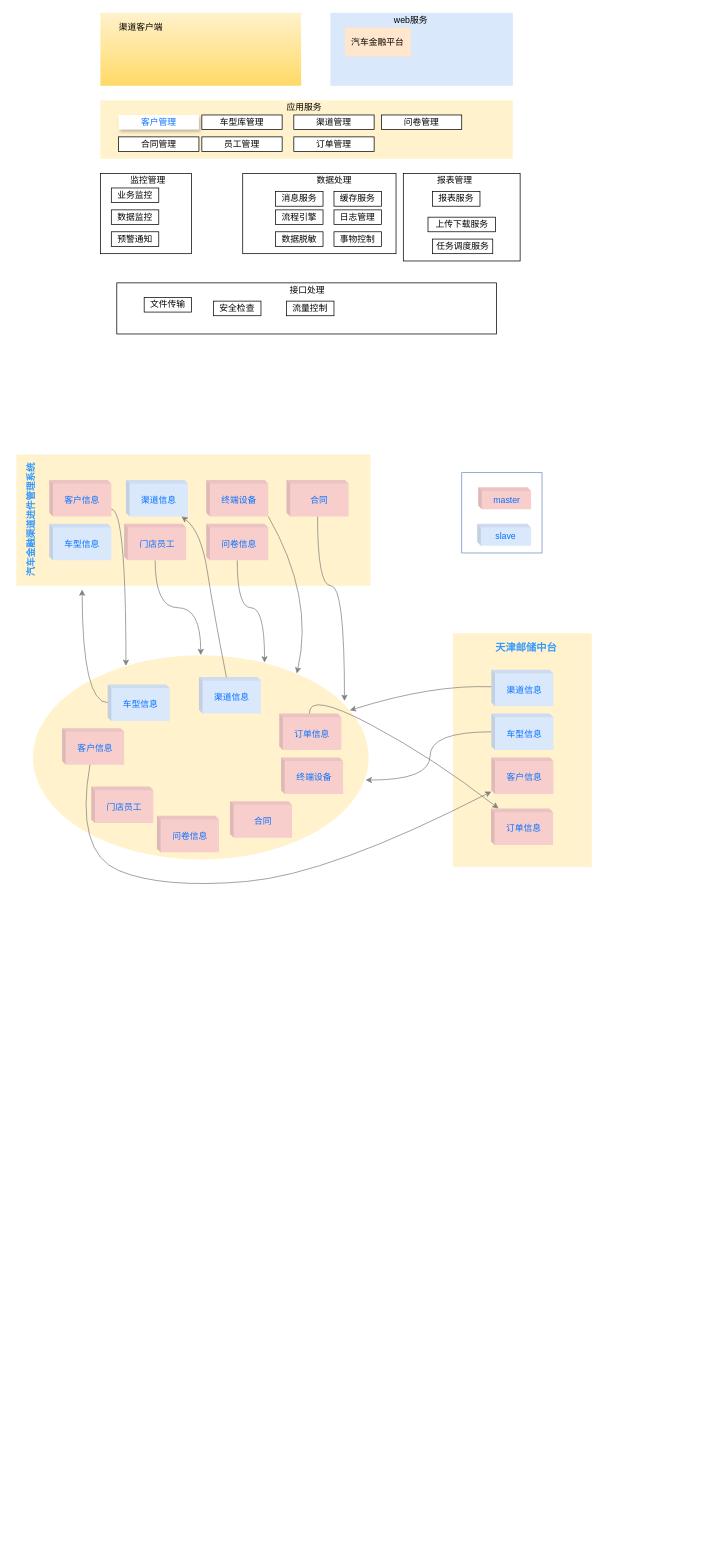
This is Untitled Diagram3333333.drawio from gxhslcww/scala, a draw.io file, before an edit. Source tidied: cells renumbered, new cells numbered last; positions are measured from the earlier drawing's top-left corner, leaving out a move shared by most shapes. Both pictures are drawn from the tidied source at 73%, with x=0, y=0 at pixel (12, 12).
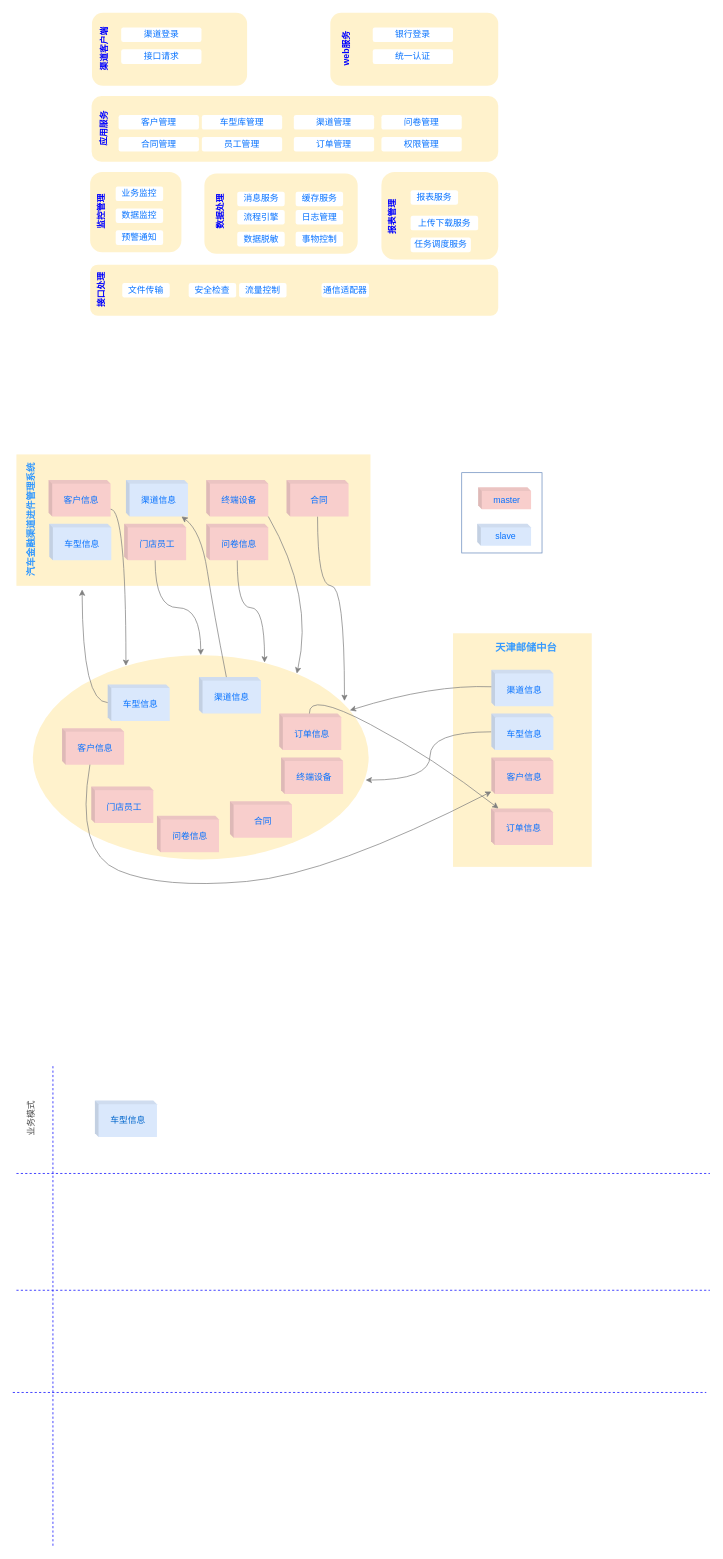
The same page after the edit.

Change to the diagram source:
```diff
@@
-    <mxCell id="2" style="rounded=0;whiteSpace=wrap;html=1;fillColor=#fff2cc;strokeColor=none;gradientColor=#ffd966;" parent="1" vertex="1">
-      <mxGeometry x="120" width="275" height="100" as="geometry" />
+    <mxCell id="2" style="rounded=1;whiteSpace=wrap;html=1;fillColor=#fff2cc;strokeColor=none;" parent="1" vertex="1">
+      <mxGeometry x="108.5" width="212.5" height="100" as="geometry" />
     </mxCell>
-    <mxCell id="3" style="rounded=0;whiteSpace=wrap;html=1;fillColor=#dae8fc;strokeColor=none;" parent="1" vertex="1">
-      <mxGeometry x="435" width="250" height="100" as="geometry" />
+    <mxCell id="3" style="rounded=1;whiteSpace=wrap;html=1;fillColor=#fff2cc;strokeColor=none;" parent="1" vertex="1">
+      <mxGeometry x="435" width="230" height="100" as="geometry" />
     </mxCell>
-    <mxCell id="4" style="rounded=0;whiteSpace=wrap;html=1;fillColor=#fff2cc;strokeColor=none;" parent="1" vertex="1">
-      <mxGeometry x="120" y="120" width="565" height="80" as="geometry" />
+    <mxCell id="4" style="rounded=1;whiteSpace=wrap;html=1;fillColor=#fff2cc;strokeColor=none;shadow=0;glass=0;sketch=0;" parent="1" vertex="1">
+      <mxGeometry x="108" y="114" width="557" height="90" as="geometry" />
     </mxCell>
-    <mxCell id="5" style="rounded=0;whiteSpace=wrap;html=1;" parent="1" vertex="1">
-      <mxGeometry x="120" y="220" width="125" height="110" as="geometry" />
+    <mxCell id="5" style="rounded=1;whiteSpace=wrap;html=1;strokeColor=none;fillColor=#fff2cc;" parent="1" vertex="1">
+      <mxGeometry x="106" y="218" width="125" height="110" as="geometry" />
     </mxCell>
-    <mxCell id="6" style="rounded=0;whiteSpace=wrap;html=1;" parent="1" vertex="1">
-      <mxGeometry x="315" y="220" width="210" height="110" as="geometry" />
+    <mxCell id="6" style="rounded=1;whiteSpace=wrap;html=1;strokeColor=none;fillColor=#fff2cc;" parent="1" vertex="1">
+      <mxGeometry x="262.5" y="220" width="210" height="110" as="geometry" />
     </mxCell>
-    <mxCell id="7" style="rounded=0;whiteSpace=wrap;html=1;" parent="1" vertex="1">
-      <mxGeometry x="535" y="220" width="160" height="120" as="geometry" />
+    <mxCell id="7" style="rounded=1;whiteSpace=wrap;html=1;strokeColor=none;fillColor=#fff2cc;" parent="1" vertex="1">
+      <mxGeometry x="505" y="218" width="160" height="120" as="geometry" />
     </mxCell>
-    <mxCell id="8" style="rounded=0;whiteSpace=wrap;html=1;" parent="1" vertex="1">
-      <mxGeometry x="142.5" y="370" width="520" height="70" as="geometry" />
+    <mxCell id="8" style="rounded=1;whiteSpace=wrap;html=1;strokeColor=none;fillColor=#fff2cc;" parent="1" vertex="1">
+      <mxGeometry x="106" y="345" width="559" height="70" as="geometry" />
     </mxCell>
-    <mxCell id="9" value="&lt;span&gt;渠道客户端&lt;/span&gt;" style="text;html=1;align=center;verticalAlign=middle;strokeColor=none;fillColor=none;" parent="1" vertex="1">
-      <mxGeometry x="135" y="10" width="80" height="20" as="geometry" />
+    <mxCell id="9" value="&lt;span&gt;&lt;font color=&quot;#0000ff&quot;&gt;&lt;b&gt;渠道客户端&lt;/b&gt;&lt;/font&gt;&lt;/span&gt;" style="text;html=1;align=center;verticalAlign=middle;strokeColor=none;fillColor=none;rotation=-90;" parent="1" vertex="1">
+      <mxGeometry x="85" y="40" width="80" height="20" as="geometry" />
     </mxCell>
-    <mxCell id="10" value="web服务" style="text;html=1;align=center;verticalAlign=middle;strokeColor=none;fillColor=none;" parent="1" vertex="1">
-      <mxGeometry x="515" width="60" height="20" as="geometry" />
+    <mxCell id="10" value="&lt;font color=&quot;#0000ff&quot;&gt;&lt;b&gt;web服务&lt;/b&gt;&lt;/font&gt;" style="text;html=1;align=center;verticalAlign=middle;strokeColor=none;fillColor=none;rotation=-90;" parent="1" vertex="1">
+      <mxGeometry x="427.5" y="40" width="60" height="20" as="geometry" />
     </mxCell>
-    <mxCell id="11" value="&lt;font color=&quot;#0571ff&quot;&gt;客户管理&lt;/font&gt;" style="rounded=0;whiteSpace=wrap;html=1;strokeColor=none;shadow=1;" parent="1" vertex="1">
+    <mxCell id="11" value="&lt;font color=&quot;#0571ff&quot;&gt;客户管理&lt;/font&gt;" style="rounded=1;whiteSpace=wrap;html=1;strokeColor=none;shadow=0;" parent="1" vertex="1">
       <mxGeometry x="145" y="140" width="110" height="20" as="geometry" />
     </mxCell>
-    <mxCell id="12" value="&lt;span&gt;应用服务&lt;/span&gt;" style="text;html=1;align=center;verticalAlign=middle;strokeColor=none;fillColor=none;" parent="1" vertex="1">
-      <mxGeometry x="369" y="120" width="60" height="20" as="geometry" />
+    <mxCell id="12" value="&lt;span&gt;&lt;b&gt;&lt;font color=&quot;#0000ff&quot;&gt;应用服务&lt;/font&gt;&lt;/b&gt;&lt;/span&gt;" style="text;html=1;align=center;verticalAlign=middle;strokeColor=none;fillColor=none;rotation=-89;" parent="1" vertex="1">
+      <mxGeometry x="95" y="149" width="60" height="20" as="geometry" />
     </mxCell>
-    <mxCell id="13" value="车型库管理" style="rounded=0;whiteSpace=wrap;html=1;" parent="1" vertex="1">
+    <mxCell id="13" value="&lt;font color=&quot;#0571ff&quot;&gt;车型库管理&lt;/font&gt;" style="rounded=1;whiteSpace=wrap;html=1;shadow=0;strokeColor=none;" parent="1" vertex="1">
       <mxGeometry x="259" y="140" width="110" height="20" as="geometry" />
     </mxCell>
-    <mxCell id="14" value="渠道管理" style="rounded=0;whiteSpace=wrap;html=1;" parent="1" vertex="1">
+    <mxCell id="14" value="&lt;font color=&quot;#0571ff&quot;&gt;渠道管理&lt;/font&gt;" style="rounded=1;whiteSpace=wrap;html=1;shadow=0;strokeColor=none;" parent="1" vertex="1">
       <mxGeometry x="385" y="140" width="110" height="20" as="geometry" />
     </mxCell>
-    <mxCell id="15" value="问卷管理" style="rounded=0;whiteSpace=wrap;html=1;" parent="1" vertex="1">
+    <mxCell id="15" value="&lt;font color=&quot;#0571ff&quot;&gt;问卷管理&lt;/font&gt;" style="rounded=1;whiteSpace=wrap;html=1;shadow=0;strokeColor=none;" parent="1" vertex="1">
       <mxGeometry x="505" y="140" width="110" height="20" as="geometry" />
     </mxCell>
-    <mxCell id="16" value="合同管理" style="rounded=0;whiteSpace=wrap;html=1;" parent="1" vertex="1">
+    <mxCell id="16" value="&lt;font color=&quot;#0571ff&quot;&gt;合同管理&lt;/font&gt;" style="rounded=1;whiteSpace=wrap;html=1;shadow=0;strokeColor=none;" parent="1" vertex="1">
       <mxGeometry x="145" y="170" width="110" height="20" as="geometry" />
     </mxCell>
-    <mxCell id="17" value="员工管理" style="rounded=0;whiteSpace=wrap;html=1;" parent="1" vertex="1">
+    <mxCell id="17" value="&lt;font color=&quot;#0571ff&quot;&gt;员工管理&lt;/font&gt;" style="rounded=1;whiteSpace=wrap;html=1;shadow=0;strokeColor=none;" parent="1" vertex="1">
       <mxGeometry x="259" y="170" width="110" height="20" as="geometry" />
     </mxCell>
-    <mxCell id="18" value="订单管理" style="rounded=0;whiteSpace=wrap;html=1;" parent="1" vertex="1">
+    <mxCell id="18" value="&lt;font color=&quot;#0571ff&quot;&gt;订单管理&lt;/font&gt;" style="rounded=1;whiteSpace=wrap;html=1;shadow=0;strokeColor=none;" parent="1" vertex="1">
       <mxGeometry x="385" y="170" width="110" height="20" as="geometry" />
     </mxCell>
-    <mxCell id="19" value="&lt;span&gt;数据处理&lt;/span&gt;" style="text;html=1;align=center;verticalAlign=middle;strokeColor=none;fillColor=none;" parent="1" vertex="1">
-      <mxGeometry x="410" y="220" width="60" height="20" as="geometry" />
+    <mxCell id="19" value="&lt;span&gt;&lt;font color=&quot;#0000ff&quot;&gt;&lt;b&gt;数据处理&lt;/b&gt;&lt;/font&gt;&lt;/span&gt;" style="text;html=1;align=center;verticalAlign=middle;strokeColor=none;fillColor=none;rotation=-90;" parent="1" vertex="1">
+      <mxGeometry x="255" y="263" width="60" height="20" as="geometry" />
     </mxCell>
-    <mxCell id="20" value="消息服务" style="rounded=0;whiteSpace=wrap;html=1;" parent="1" vertex="1">
-      <mxGeometry x="360" y="245" width="65" height="20" as="geometry" />
+    <mxCell id="20" value="&lt;font color=&quot;#0571ff&quot;&gt;消息服务&lt;/font&gt;" style="rounded=1;whiteSpace=wrap;html=1;shadow=0;strokeColor=none;" parent="1" vertex="1">
+      <mxGeometry x="307.5" y="245" width="65" height="20" as="geometry" />
     </mxCell>
-    <mxCell id="21" value="缓存服务" style="rounded=0;whiteSpace=wrap;html=1;" parent="1" vertex="1">
-      <mxGeometry x="440" y="245" width="65" height="20" as="geometry" />
+    <mxCell id="21" value="&lt;font color=&quot;#0571ff&quot;&gt;缓存服务&lt;/font&gt;" style="rounded=1;whiteSpace=wrap;html=1;shadow=0;strokeColor=none;" parent="1" vertex="1">
+      <mxGeometry x="387.5" y="245" width="65" height="20" as="geometry" />
     </mxCell>
-    <mxCell id="22" value="流程引擎" style="rounded=0;whiteSpace=wrap;html=1;" parent="1" vertex="1">
-      <mxGeometry x="360" y="270" width="65" height="20" as="geometry" />
+    <mxCell id="22" value="流程引擎" style="rounded=1;whiteSpace=wrap;html=1;shadow=0;strokeColor=none;fontColor=#0571FF;" parent="1" vertex="1">
+      <mxGeometry x="307.5" y="270" width="65" height="20" as="geometry" />
     </mxCell>
-    <mxCell id="23" value="日志管理" style="rounded=0;whiteSpace=wrap;html=1;" parent="1" vertex="1">
-      <mxGeometry x="440" y="270" width="65" height="20" as="geometry" />
+    <mxCell id="23" value="&lt;font&gt;日志管理&lt;/font&gt;" style="rounded=1;whiteSpace=wrap;html=1;shadow=0;strokeColor=none;fontColor=#0571FF;" parent="1" vertex="1">
+      <mxGeometry x="387.5" y="270" width="65" height="20" as="geometry" />
     </mxCell>
-    <mxCell id="24" value="数据脱敏" style="rounded=0;whiteSpace=wrap;html=1;" parent="1" vertex="1">
-      <mxGeometry x="360" y="300" width="65" height="20" as="geometry" />
+    <mxCell id="24" value="数据脱敏" style="rounded=1;whiteSpace=wrap;html=1;shadow=0;strokeColor=none;fontColor=#0571FF;" parent="1" vertex="1">
+      <mxGeometry x="307.5" y="300" width="65" height="20" as="geometry" />
     </mxCell>
-    <mxCell id="25" value="事物控制" style="rounded=0;whiteSpace=wrap;html=1;" parent="1" vertex="1">
-      <mxGeometry x="440" y="300" width="65" height="20" as="geometry" />
+    <mxCell id="25" value="&lt;font color=&quot;#0571ff&quot;&gt;事物控制&lt;/font&gt;" style="rounded=1;whiteSpace=wrap;html=1;shadow=0;strokeColor=none;" parent="1" vertex="1">
+      <mxGeometry x="387.5" y="300" width="65" height="20" as="geometry" />
     </mxCell>
-    <mxCell id="26" value="&lt;span&gt;监控管理&lt;/span&gt;" style="text;html=1;align=center;verticalAlign=middle;strokeColor=none;fillColor=none;" parent="1" vertex="1">
-      <mxGeometry x="155" y="220" width="60" height="20" as="geometry" />
+    <mxCell id="26" value="&lt;span&gt;&lt;font color=&quot;#0000ff&quot;&gt;&lt;b&gt;监控管理&lt;/b&gt;&lt;/font&gt;&lt;/span&gt;" style="text;html=1;align=center;verticalAlign=middle;strokeColor=none;fillColor=none;rotation=-90;" parent="1" vertex="1">
+      <mxGeometry x="91" y="263" width="60" height="20" as="geometry" />
     </mxCell>
-    <mxCell id="27" value="业务监控" style="rounded=0;whiteSpace=wrap;html=1;" parent="1" vertex="1">
-      <mxGeometry x="135" y="240" width="65" height="20" as="geometry" />
+    <mxCell id="27" value="&lt;font color=&quot;#0571ff&quot;&gt;业务监控&lt;/font&gt;" style="rounded=1;whiteSpace=wrap;html=1;shadow=0;strokeColor=none;" parent="1" vertex="1">
+      <mxGeometry x="141" y="238" width="65" height="20" as="geometry" />
     </mxCell>
-    <mxCell id="28" value="数据监控" style="rounded=0;whiteSpace=wrap;html=1;" parent="1" vertex="1">
-      <mxGeometry x="135" y="270" width="65" height="20" as="geometry" />
+    <mxCell id="28" value="数据监控" style="rounded=1;whiteSpace=wrap;html=1;shadow=0;strokeColor=none;fontColor=#0571FF;" parent="1" vertex="1">
+      <mxGeometry x="141" y="268" width="65" height="20" as="geometry" />
     </mxCell>
-    <mxCell id="29" value="预警通知" style="rounded=0;whiteSpace=wrap;html=1;" parent="1" vertex="1">
-      <mxGeometry x="135" y="300" width="65" height="20" as="geometry" />
+    <mxCell id="29" value="预警通知" style="rounded=1;whiteSpace=wrap;html=1;shadow=0;strokeColor=none;fontColor=#0571FF;" parent="1" vertex="1">
+      <mxGeometry x="141" y="298" width="65" height="20" as="geometry" />
     </mxCell>
-    <mxCell id="30" value="报表管理" style="text;html=1;align=center;verticalAlign=middle;strokeColor=none;fillColor=none;" parent="1" vertex="1">
-      <mxGeometry x="575" y="220" width="60" height="20" as="geometry" />
+    <mxCell id="30" value="&lt;b&gt;&lt;font color=&quot;#0000ff&quot;&gt;报表管理&lt;/font&gt;&lt;/b&gt;" style="text;html=1;align=center;verticalAlign=middle;strokeColor=none;fillColor=none;rotation=-90;" parent="1" vertex="1">
+      <mxGeometry x="490" y="270" width="60" height="20" as="geometry" />
     </mxCell>
-    <mxCell id="31" value="报表服务" style="rounded=0;whiteSpace=wrap;html=1;" parent="1" vertex="1">
-      <mxGeometry x="575" y="245" width="65" height="20" as="geometry" />
+    <mxCell id="31" value="&lt;font color=&quot;#0571ff&quot;&gt;报表服务&lt;/font&gt;" style="rounded=1;whiteSpace=wrap;html=1;shadow=0;strokeColor=none;" parent="1" vertex="1">
+      <mxGeometry x="545" y="243" width="65" height="20" as="geometry" />
     </mxCell>
-    <mxCell id="32" value="上传下载服务" style="rounded=0;whiteSpace=wrap;html=1;" parent="1" vertex="1">
-      <mxGeometry x="568.8" y="280" width="92.5" height="20" as="geometry" />
+    <mxCell id="32" value="&lt;font color=&quot;#0571ff&quot;&gt;上传下载服务&lt;/font&gt;" style="rounded=1;whiteSpace=wrap;html=1;shadow=0;strokeColor=none;" parent="1" vertex="1">
+      <mxGeometry x="545" y="278" width="92.5" height="20" as="geometry" />
     </mxCell>
-    <mxCell id="33" value="任务调度服务" style="rounded=0;whiteSpace=wrap;html=1;" parent="1" vertex="1">
-      <mxGeometry x="575" y="310" width="82.5" height="20" as="geometry" />
+    <mxCell id="33" value="&lt;font color=&quot;#0571ff&quot;&gt;任务调度服务&lt;/font&gt;" style="rounded=1;whiteSpace=wrap;html=1;shadow=0;strokeColor=none;" parent="1" vertex="1">
+      <mxGeometry x="545" y="308" width="82.5" height="20" as="geometry" />
     </mxCell>
-    <mxCell id="34" value="&lt;span&gt;接口处理&lt;/span&gt;" style="text;html=1;align=center;verticalAlign=middle;strokeColor=none;fillColor=none;" parent="1" vertex="1">
-      <mxGeometry x="372.5" y="370" width="60" height="20" as="geometry" />
+    <mxCell id="34" value="&lt;span&gt;&lt;font color=&quot;#0000ff&quot;&gt;&lt;b&gt;接口处理&lt;/b&gt;&lt;/font&gt;&lt;/span&gt;" style="text;html=1;align=center;verticalAlign=middle;strokeColor=none;fillColor=none;rotation=-90;" parent="1" vertex="1">
+      <mxGeometry x="91" y="370" width="60" height="20" as="geometry" />
     </mxCell>
-    <mxCell id="35" value="文件传输" style="rounded=0;whiteSpace=wrap;html=1;" parent="1" vertex="1">
-      <mxGeometry x="180" y="390" width="65" height="20" as="geometry" />
+    <mxCell id="35" value="文件传输" style="rounded=1;whiteSpace=wrap;html=1;shadow=0;strokeColor=none;fontColor=#0571FF;" parent="1" vertex="1">
+      <mxGeometry x="150" y="370" width="65" height="20" as="geometry" />
     </mxCell>
-    <mxCell id="36" value="&lt;span&gt;汽车金融平台&lt;/span&gt;" style="rounded=0;whiteSpace=wrap;html=1;fillColor=#ffe6cc;strokeColor=none;" parent="1" vertex="1">
-      <mxGeometry x="455" y="20" width="90" height="40" as="geometry" />
-    </mxCell>
-    <mxCell id="37" value="安全检查" style="rounded=0;whiteSpace=wrap;html=1;" parent="1" vertex="1">
-      <mxGeometry x="275" y="395" width="65" height="20" as="geometry" />
+    <mxCell id="37" value="安全检查" style="rounded=1;whiteSpace=wrap;html=1;shadow=0;strokeColor=none;fontColor=#0571FF;" parent="1" vertex="1">
+      <mxGeometry x="241" y="370" width="65" height="20" as="geometry" />
     </mxCell>
-    <mxCell id="38" value="流量控制" style="rounded=0;whiteSpace=wrap;html=1;" parent="1" vertex="1">
-      <mxGeometry x="375" y="395" width="65" height="20" as="geometry" />
+    <mxCell id="38" value="流量控制" style="rounded=1;whiteSpace=wrap;html=1;shadow=0;strokeColor=none;fontColor=#0571FF;" parent="1" vertex="1">
+      <mxGeometry x="310" y="370" width="65" height="20" as="geometry" />
     </mxCell>
@@
     <mxCell id="55" value="&lt;font color=&quot;#0571ff&quot;&gt;客户信息&lt;/font&gt;" style="shape=cube;whiteSpace=wrap;html=1;boundedLbl=1;backgroundOutline=1;darkOpacity=0.05;darkOpacity2=0.1;size=5;fillColor=#f8cecc;strokeColor=none;" parent="1" vertex="1">
-      <mxGeometry x="50" y="640" width="85" height="50" as="geometry" />
+      <mxGeometry x="49" y="640" width="85" height="50" as="geometry" />
     </mxCell>
@@
+    <mxCell id="77" value="&lt;font color=&quot;#0571ff&quot;&gt;渠道登录&lt;/font&gt;" style="rounded=1;whiteSpace=wrap;html=1;strokeColor=none;shadow=0;" parent="1" vertex="1">
+      <mxGeometry x="148.5" y="20" width="110" height="20" as="geometry" />
+    </mxCell>
+    <mxCell id="78" value="&lt;font color=&quot;#0571ff&quot;&gt;接口请求&lt;/font&gt;" style="rounded=1;whiteSpace=wrap;html=1;strokeColor=none;shadow=0;" parent="1" vertex="1">
+      <mxGeometry x="148.5" y="50" width="110" height="20" as="geometry" />
+    </mxCell>
+    <mxCell id="79" value="&lt;font color=&quot;#0571ff&quot;&gt;银行登录&lt;/font&gt;" style="rounded=1;whiteSpace=wrap;html=1;strokeColor=none;shadow=0;" parent="1" vertex="1">
+      <mxGeometry x="493.1" y="20" width="110" height="20" as="geometry" />
+    </mxCell>
+    <mxCell id="80" value="&lt;font color=&quot;#0571ff&quot;&gt;统一认证&lt;/font&gt;" style="rounded=1;whiteSpace=wrap;html=1;strokeColor=none;shadow=0;" parent="1" vertex="1">
+      <mxGeometry x="493.1" y="50" width="110" height="20" as="geometry" />
+    </mxCell>
+    <mxCell id="81" value="通信适配器" style="rounded=1;whiteSpace=wrap;html=1;shadow=0;strokeColor=none;fontColor=#0571FF;" parent="1" vertex="1">
+      <mxGeometry x="423" y="370" width="65" height="20" as="geometry" />
+    </mxCell>
+    <mxCell id="82" value="&lt;font color=&quot;#0571ff&quot;&gt;权限管理&lt;/font&gt;" style="rounded=1;whiteSpace=wrap;html=1;shadow=0;strokeColor=none;" parent="1" vertex="1">
+      <mxGeometry x="505" y="170" width="110" height="20" as="geometry" />
+    </mxCell>
+    <mxCell id="83" style="endArrow=none;dashed=1;html=1;rounded=0;fontColor=default;strokeColor=#0000FF;" parent="1" edge="1">
+      <mxGeometry relative="1" as="geometry">
+        <mxPoint x="5" y="1590" as="sourcePoint" />
+        <mxPoint x="955" y="1590" as="targetPoint" />
+      </mxGeometry>
+    </mxCell>
+    <mxCell id="84" style="endArrow=none;dashed=1;html=1;rounded=0;fontColor=default;strokeColor=#0000FF;" parent="1" edge="1">
+      <mxGeometry relative="1" as="geometry">
+        <mxPoint x="5" y="1750" as="sourcePoint" />
+        <mxPoint x="955" y="1750" as="targetPoint" />
+      </mxGeometry>
+    </mxCell>
+    <mxCell id="85" style="endArrow=none;dashed=1;html=1;rounded=0;fontColor=default;strokeColor=#0000FF;" parent="1" edge="1">
+      <mxGeometry relative="1" as="geometry">
+        <mxPoint y="1890" as="sourcePoint" />
+        <mxPoint x="950" y="1890" as="targetPoint" />
+      </mxGeometry>
+    </mxCell>
+    <mxCell id="86" style="endArrow=none;dashed=1;html=1;rounded=0;fontColor=default;strokeColor=#0000FF;" parent="1" edge="1">
+      <mxGeometry relative="1" as="geometry">
+        <mxPoint x="55" y="2100" as="sourcePoint" />
+        <mxPoint x="55" y="1440" as="targetPoint" />
+      </mxGeometry>
+    </mxCell>
+    <mxCell id="87" value="&lt;font color=&quot;#0066cc&quot;&gt;车型信息&lt;/font&gt;" style="shape=cube;whiteSpace=wrap;html=1;boundedLbl=1;backgroundOutline=1;darkOpacity=0.05;darkOpacity2=0.1;size=5;fillColor=#dae8fc;strokeColor=none;" parent="1" vertex="1">
+      <mxGeometry x="112.5" y="1490" width="85" height="50" as="geometry" />
+    </mxCell>
+    <mxCell id="88" value="&lt;font color=&quot;#4d4d4d&quot;&gt;业务模式&lt;/font&gt;" style="text;html=1;align=center;verticalAlign=middle;strokeColor=none;fillColor=none;fontColor=default;rotation=-90;" parent="1" vertex="1">
+      <mxGeometry x="-5" y="1505" width="60" height="20" as="geometry" />
+    </mxCell>
```
